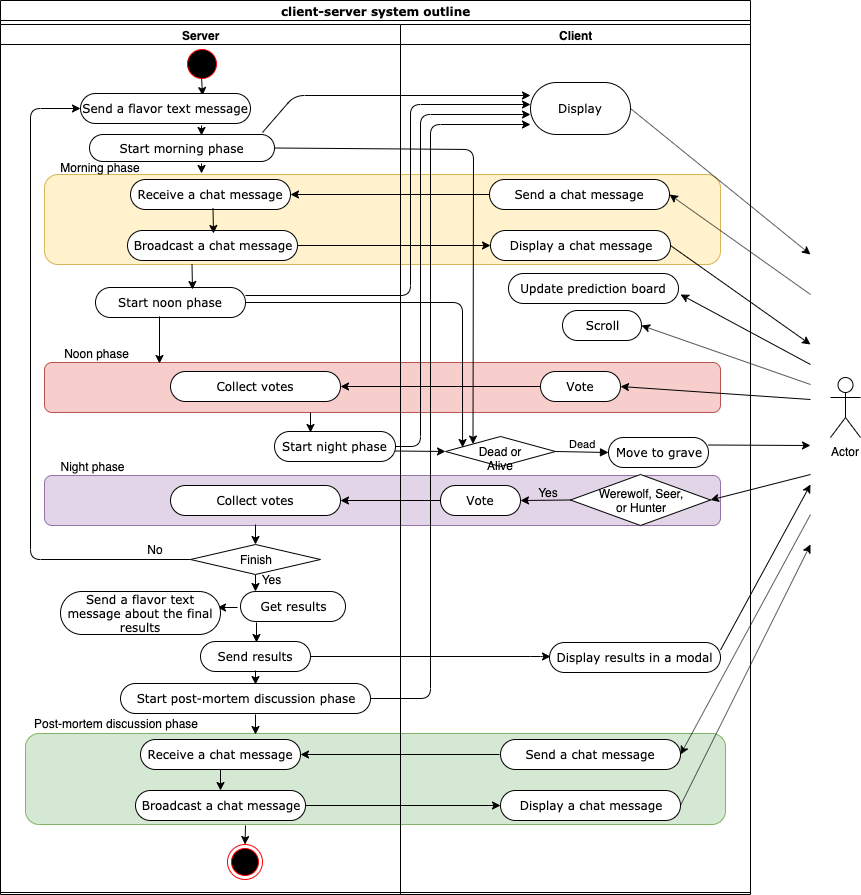
This is diagram/0.3/werewolf_system_outline.png from ktr-skmt/werewolfworld, a draw.io export, as it was before one commit. Source tidied: cells renumbered, new cells last; positions are measured from the earlier drawing's top-left corner, leaving out a move shared by most shapes.
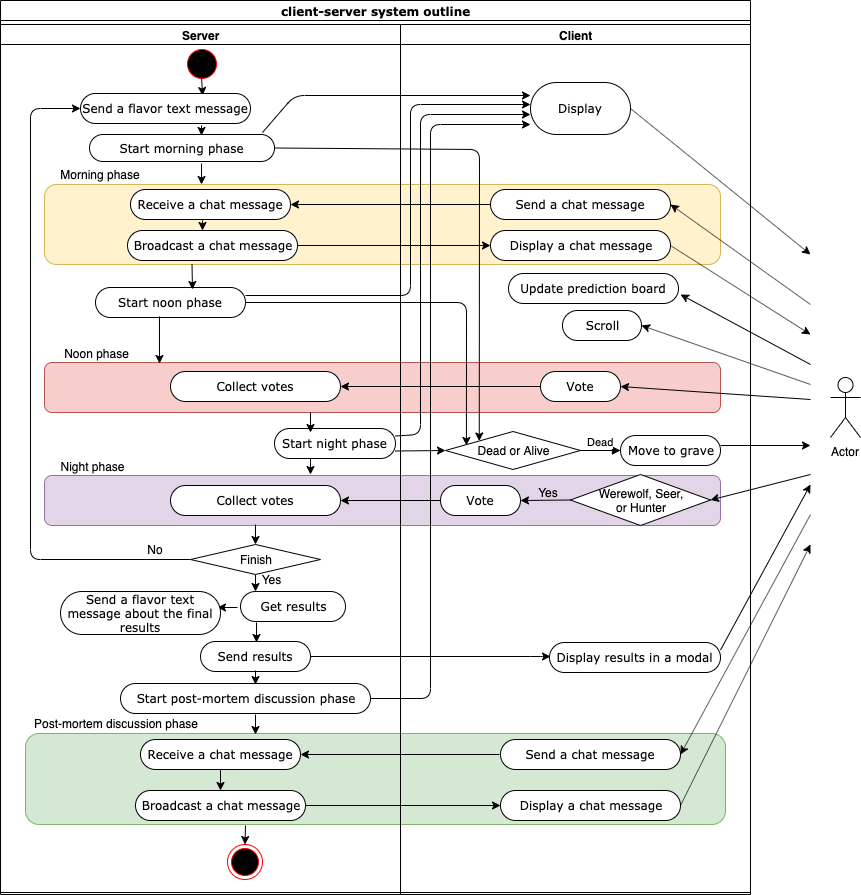
Later version of the same file.

Change to the diagram source:
```diff
@@ -12,7 +12,7 @@
       <mxGeometry x="44" y="362" width="676" height="50" as="geometry" />
     </mxCell>
     <mxCell id="5" style="rounded=1;whiteSpace=wrap;html=1;fillColor=#fff2cc;strokeColor=#d6b656;" parent="1" vertex="1">
-      <mxGeometry x="44" y="174" width="676" height="90" as="geometry" />
+      <mxGeometry x="44" y="184" width="676" height="80" as="geometry" />
     </mxCell>
     <mxCell id="6" value="client-server system outline" style="swimlane;html=1;startSize=20;rounded=0;shadow=0;comic=0;labelBackgroundColor=none;strokeColor=#000000;strokeWidth=1;fillColor=#ffffff;fontFamily=Verdana;fontSize=12;fontColor=#000000;align=center;" parent="1" vertex="1">
       <mxGeometry width="750" height="892" as="geometry" />
@@ -27,13 +27,13 @@
       <mxGeometry y="24" width="400" height="870" as="geometry" />
     </mxCell>
     <mxCell id="9" value="Receive a chat message" style="rounded=1;whiteSpace=wrap;html=1;shadow=0;comic=0;labelBackgroundColor=none;strokeColor=#000000;strokeWidth=1;fillColor=#ffffff;fontFamily=Verdana;fontSize=12;fontColor=#000000;align=center;arcSize=50;" parent="8" vertex="1">
-      <mxGeometry x="130" y="155" width="160" height="30" as="geometry" />
+      <mxGeometry x="130" y="165" width="160" height="30" as="geometry" />
     </mxCell>
     <mxCell id="10" value="Start morning phase" style="rounded=1;whiteSpace=wrap;html=1;shadow=0;comic=0;labelBackgroundColor=none;strokeColor=#000000;strokeWidth=1;fillColor=#ffffff;fontFamily=Verdana;fontSize=12;fontColor=#000000;align=center;arcSize=50;" parent="8" vertex="1">
       <mxGeometry x="89" y="110" width="185" height="27" as="geometry" />
     </mxCell>
     <mxCell id="11" value="Morning phase" style="text;html=1;strokeColor=none;fillColor=none;align=center;verticalAlign=middle;whiteSpace=wrap;" parent="8" vertex="1">
-      <mxGeometry x="30" y="133" width="140" height="20" as="geometry" />
+      <mxGeometry x="30" y="140" width="140" height="20" as="geometry" />
     </mxCell>
     <mxCell id="12" value="Client" style="swimlane;html=1;startSize=20;" parent="1" vertex="1">
       <mxGeometry x="400" y="24" width="350" height="870" as="geometry" />
@@ -59,7 +59,7 @@
       <mxGeometry x="530" y="82" width="100" height="52" as="geometry" />
     </mxCell>
     <mxCell id="18" value="Send a chat message" style="rounded=1;whiteSpace=wrap;html=1;shadow=0;comic=0;labelBackgroundColor=none;strokeColor=#000000;strokeWidth=1;fillColor=#ffffff;fontFamily=Verdana;fontSize=12;fontColor=#000000;align=center;arcSize=50;" parent="1" vertex="1">
-      <mxGeometry x="489" y="179" width="180" height="30" as="geometry" />
+      <mxGeometry x="490" y="189" width="180" height="30" as="geometry" />
     </mxCell>
     <mxCell id="19" value="Display a chat message" style="rounded=1;whiteSpace=wrap;html=1;shadow=0;comic=0;labelBackgroundColor=none;strokeColor=#000000;strokeWidth=1;fillColor=#ffffff;fontFamily=Verdana;fontSize=12;fontColor=#000000;align=center;arcSize=50;" parent="1" vertex="1">
       <mxGeometry x="490" y="230" width="180" height="30" as="geometry" />
@@ -73,18 +73,12 @@
     <mxCell id="22" style="endArrow=classic;html=1;entryX=1;entryY=0.5;exitX=0;exitY=0.5;exitDx=0;exitDy=0;" parent="1" edge="1" source="18" target="9">
       <mxGeometry relative="1" as="geometry" />
     </mxCell>
-    <mxCell id="23" style="endArrow=classic;html=1;" parent="1" edge="1">
-      <mxGeometry relative="1" as="geometry">
-        <mxPoint x="212.5" y="208" as="sourcePoint" />
-        <mxPoint x="213" y="233" as="targetPoint" />
-      </mxGeometry>
-    </mxCell>
     <mxCell id="24" value="Actor" style="shape=umlActor;verticalLabelPosition=bottom;labelBackgroundColor=#ffffff;verticalAlign=top;html=1;" parent="1" vertex="1">
       <mxGeometry x="830" y="377" width="30" height="60" as="geometry" />
     </mxCell>
     <mxCell id="25" style="endArrow=classic;html=1;entryX=1;entryY=0.5;" parent="1" edge="1" target="18">
       <mxGeometry relative="1" as="geometry">
-        <mxPoint x="810" y="294" as="sourcePoint" />
+        <mxPoint x="810" y="304" as="sourcePoint" />
       </mxGeometry>
     </mxCell>
     <mxCell id="26" style="endArrow=classic;html=1;" parent="1" edge="1">
@@ -95,7 +89,7 @@
     </mxCell>
     <mxCell id="27" style="endArrow=classic;html=1;exitX=1;exitY=0.5;" parent="1" edge="1" source="19">
       <mxGeometry relative="1" as="geometry">
-        <mxPoint x="810" y="344" as="targetPoint" />
+        <mxPoint x="810" y="334" as="targetPoint" />
       </mxGeometry>
     </mxCell>
     <mxCell id="28" style="endArrow=classic;html=1;exitX=1;exitY=0.5;" parent="1" edge="1" source="17">
@@ -130,18 +124,19 @@
       <mxGeometry x="80" y="93" width="170" height="30" as="geometry" />
     </mxCell>
     <mxCell id="36" value="Dead or Alive" style="rhombus;whiteSpace=wrap;html=1;" parent="1" vertex="1">
-      <mxGeometry x="445" y="436" width="110" height="30" as="geometry" />
+      <mxGeometry x="445" y="431" width="135" height="38" as="geometry" />
     </mxCell>
-    <mxCell id="37" value="Dead" style="html=1;verticalAlign=bottom;endArrow=block;exitX=1;exitY=0.5;entryX=0;entryY=0.5;" parent="1" edge="1" target="38">
+    <mxCell id="37" value="Dead" style="html=1;verticalAlign=bottom;endArrow=block;entryX=0;entryY=0.5;entryDx=0;entryDy=0;" parent="1" edge="1" target="38">
       <mxGeometry relative="1" as="geometry">
-        <mxPoint x="555" y="451" as="sourcePoint" />
+        <mxPoint x="580" y="450" as="sourcePoint" />
       </mxGeometry>
     </mxCell>
     <mxCell id="38" value="Move to grave" style="rounded=1;whiteSpace=wrap;html=1;shadow=0;comic=0;labelBackgroundColor=none;strokeColor=#000000;strokeWidth=1;fillColor=#ffffff;fontFamily=Verdana;fontSize=12;fontColor=#000000;align=center;arcSize=50;" parent="1" vertex="1">
-      <mxGeometry x="608" y="437" width="100" height="30" as="geometry" />
+      <mxGeometry x="620" y="435" width="100" height="30" as="geometry" />
     </mxCell>
-    <mxCell id="39" style="endArrow=classic;html=1;exitX=1;exitY=0.25;" parent="1" edge="1" source="38">
+    <mxCell id="39" style="endArrow=classic;html=1;" parent="1" edge="1">
       <mxGeometry relative="1" as="geometry">
+        <mxPoint x="720" y="445" as="sourcePoint" />
         <mxPoint x="810" y="445" as="targetPoint" />
       </mxGeometry>
     </mxCell>
@@ -198,7 +193,7 @@
       <mxGeometry x="240" y="591" width="105" height="30" as="geometry" />
     </mxCell>
     <mxCell id="53" value="Start night phase" style="rounded=1;whiteSpace=wrap;html=1;shadow=0;comic=0;labelBackgroundColor=none;strokeColor=#000000;strokeWidth=1;fillColor=#ffffff;fontFamily=Verdana;fontSize=12;fontColor=#000000;align=center;arcSize=50;" parent="1" vertex="1">
-      <mxGeometry x="274" y="431" width="121" height="30" as="geometry" />
+      <mxGeometry x="274" y="428" width="121" height="30" as="geometry" />
     </mxCell>
     <mxCell id="54" style="endArrow=classic;html=1;" parent="1" edge="1">
       <mxGeometry relative="1" as="geometry">
@@ -212,14 +207,14 @@
     <mxCell id="56" style="endArrow=classic;html=1;entryX=0.155;entryY=0.367;exitX=1;exitY=0.5;entryDx=0;entryDy=0;entryPerimeter=0;" parent="1" edge="1" source="55" target="36">
       <mxGeometry relative="1" as="geometry">
         <Array as="points">
-          <mxPoint x="462" y="302" />
+          <mxPoint x="466" y="302" />
         </Array>
       </mxGeometry>
     </mxCell>
     <mxCell id="57" style="endArrow=classic;html=1;exitX=1;exitY=0.5;exitDx=0;exitDy=0;entryX=0;entryY=0;entryDx=0;entryDy=0;" parent="1" edge="1" source="10" target="36">
       <mxGeometry relative="1" as="geometry">
         <Array as="points">
-          <mxPoint x="473" y="149" />
+          <mxPoint x="479" y="149" />
         </Array>
       </mxGeometry>
     </mxCell>
@@ -281,11 +276,11 @@
         </Array>
       </mxGeometry>
     </mxCell>
-    <mxCell id="71" style="endArrow=classic;html=1;exitX=1;exitY=0.5;exitDx=0;exitDy=0;" parent="1" edge="1" source="53">
+    <mxCell id="71" style="endArrow=classic;html=1;exitX=1;exitY=0.25;exitDx=0;exitDy=0;" parent="1" edge="1" source="53">
       <mxGeometry relative="1" as="geometry">
         <mxPoint x="530" y="114" as="targetPoint" />
         <Array as="points">
-          <mxPoint x="420" y="446" />
+          <mxPoint x="420" y="434" />
           <mxPoint x="420" y="114" />
         </Array>
       </mxGeometry>
@@ -328,7 +323,7 @@
     <mxCell id="79" style="endArrow=classic;html=1;exitX=0.712;exitY=1.033;exitDx=0;exitDy=0;exitPerimeter=0;" parent="1" edge="1">
       <mxGeometry relative="1" as="geometry">
         <mxPoint x="201" y="163" as="sourcePoint" />
-        <mxPoint x="201" y="173" as="targetPoint" />
+        <mxPoint x="201" y="184" as="targetPoint" />
       </mxGeometry>
     </mxCell>
     <mxCell id="80" style="endArrow=classic;html=1;" parent="1" edge="1">
@@ -379,5 +374,17 @@
         <mxPoint x="245" y="825" as="sourcePoint" />
       </mxGeometry>
     </mxCell>
+    <mxCell id="91" style="endArrow=classic;html=1;exitX=0.712;exitY=1.033;exitDx=0;exitDy=0;exitPerimeter=0;" parent="1" edge="1">
+      <mxGeometry relative="1" as="geometry">
+        <mxPoint x="202" y="220" as="sourcePoint" />
+        <mxPoint x="202" y="230" as="targetPoint" />
+      </mxGeometry>
+    </mxCell>
+    <mxCell id="92" style="endArrow=classic;html=1;" parent="1" edge="1">
+      <mxGeometry relative="1" as="geometry">
+        <mxPoint x="310" y="458" as="sourcePoint" />
+        <mxPoint x="310" y="474" as="targetPoint" />
+      </mxGeometry>
+    </mxCell>
   </root>
 </mxGraphModel>
```
